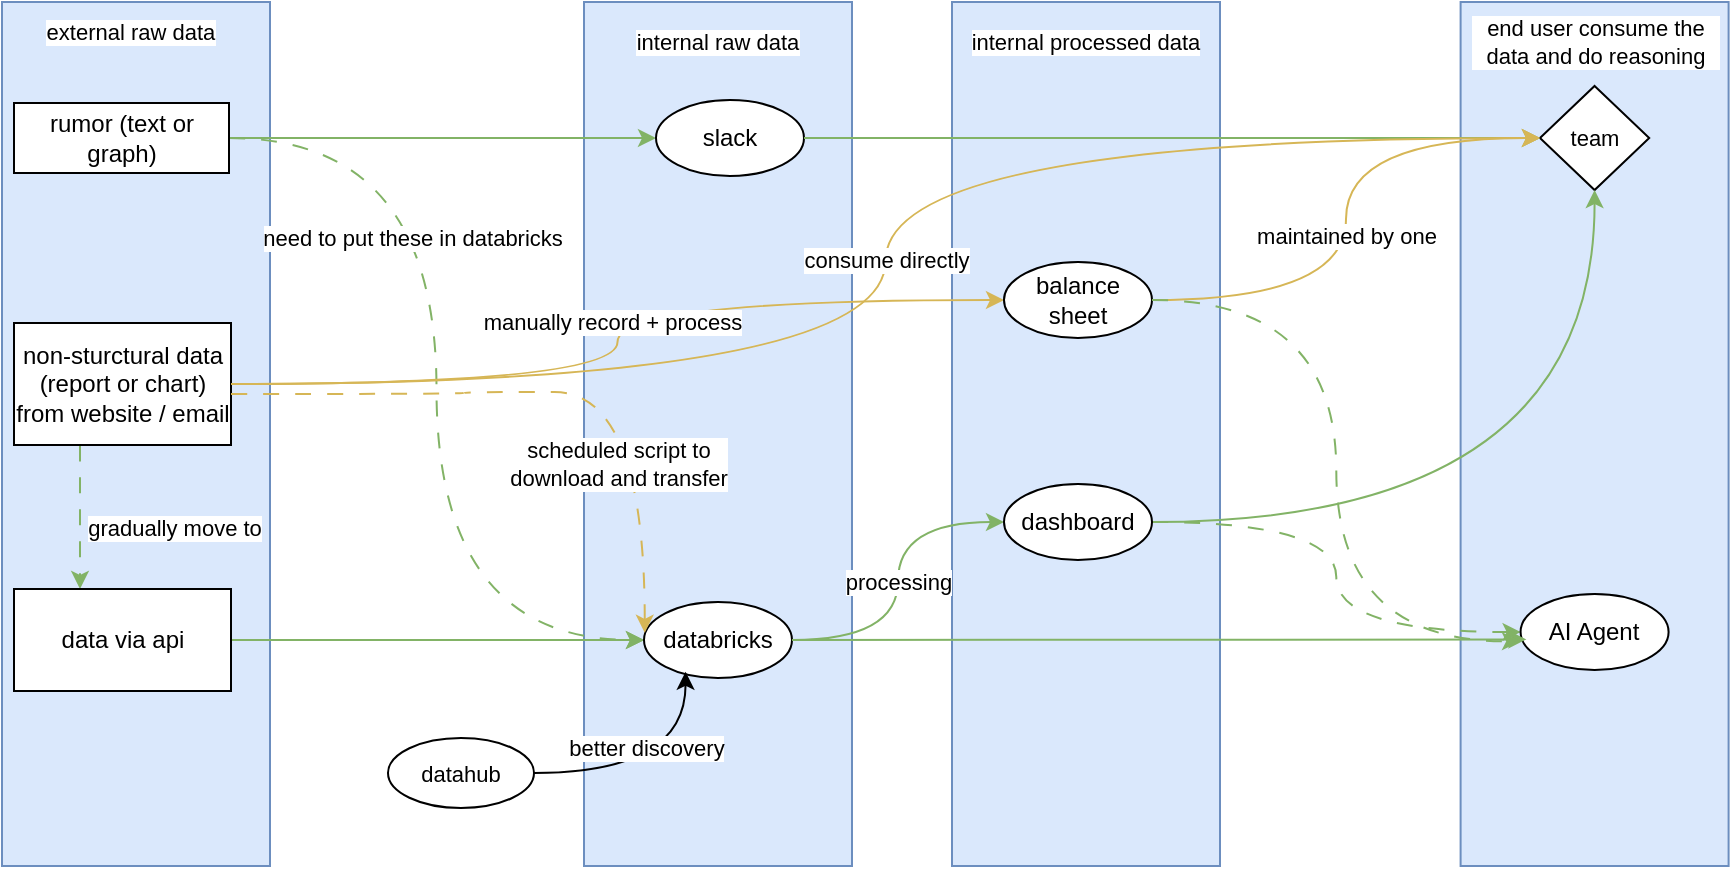
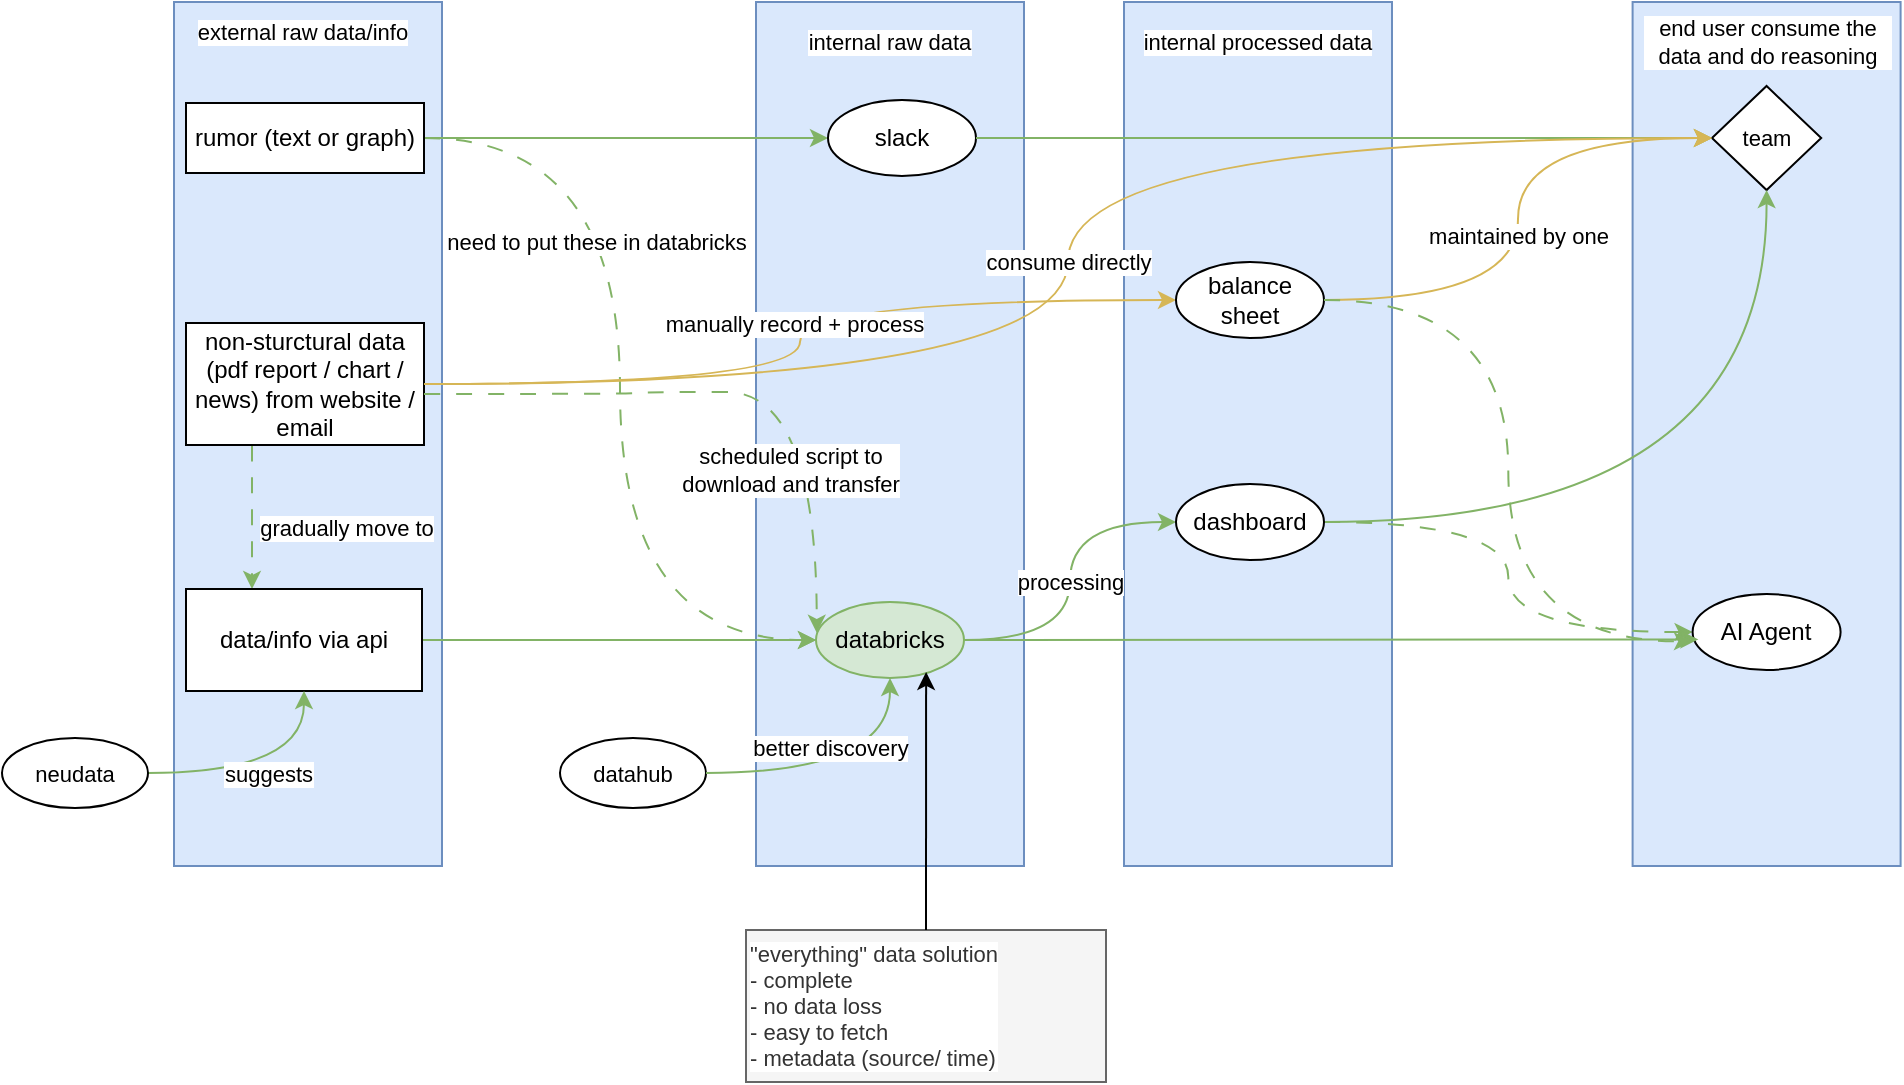
<mxfile host="app.diagrams.net">
  <diagram name="第 1 页" id="-Y137GQ_-Cw5z7RGIrcm">
    <mxGraphModel dx="2024" dy="630" grid="0" gridSize="10" guides="1" tooltips="1" connect="1" arrows="1" fold="1" page="1" pageScale="1" pageWidth="850" pageHeight="1100" math="0" shadow="0">
      <root>
        <mxCell id="0" />
        <mxCell id="1" parent="0" />
        <mxCell id="J9n-yo7wrZcu-b2uscua-51" parent="1" style="rounded=0;whiteSpace=wrap;html=1;fontFamily=Helvetica;fontSize=11;labelBackgroundColor=default;fillColor=#dae8fc;strokeColor=#6c8ebf;" value="" vertex="1">
          <mxGeometry height="432" width="134" x="612.3" y="4" as="geometry" />
        </mxCell>
        <mxCell id="J9n-yo7wrZcu-b2uscua-50" parent="1" style="rounded=0;whiteSpace=wrap;html=1;fontFamily=Helvetica;fontSize=11;labelBackgroundColor=default;fillColor=#dae8fc;strokeColor=#6c8ebf;" value="" vertex="1">
          <mxGeometry height="432" width="134" x="358" y="4" as="geometry" />
        </mxCell>
        <mxCell id="J9n-yo7wrZcu-b2uscua-49" parent="1" style="rounded=0;whiteSpace=wrap;html=1;fontFamily=Helvetica;fontSize=11;labelBackgroundColor=default;fillColor=#dae8fc;strokeColor=#6c8ebf;" value="" vertex="1">
          <mxGeometry height="432" width="134" x="174" y="4" as="geometry" />
        </mxCell>
        <mxCell id="J9n-yo7wrZcu-b2uscua-48" parent="1" style="rounded=0;whiteSpace=wrap;html=1;fontFamily=Helvetica;fontSize=11;labelBackgroundColor=default;fillColor=#dae8fc;strokeColor=#6c8ebf;" value="" vertex="1">
          <mxGeometry height="432" width="134" x="-117" y="4" as="geometry" />
        </mxCell>
        <mxCell id="J9n-yo7wrZcu-b2uscua-7" edge="1" parent="1" source="J9n-yo7wrZcu-b2uscua-2" style="edgeStyle=orthogonalEdgeStyle;rounded=0;orthogonalLoop=1;jettySize=auto;html=1;entryX=0;entryY=0.5;entryDx=0;entryDy=0;curved=1;fillColor=#d5e8d4;strokeColor=#82b366;" target="J9n-yo7wrZcu-b2uscua-6" value="">
          <mxGeometry relative="1" as="geometry" />
        </mxCell>
        <mxCell id="J9n-yo7wrZcu-b2uscua-41" edge="1" parent="1" source="J9n-yo7wrZcu-b2uscua-2" style="edgeStyle=orthogonalEdgeStyle;shape=connector;curved=1;rounded=0;orthogonalLoop=1;jettySize=auto;html=1;entryX=0;entryY=0.5;entryDx=0;entryDy=0;strokeColor=#82b366;align=center;verticalAlign=middle;fontFamily=Helvetica;fontSize=11;fontColor=default;labelBackgroundColor=default;endArrow=classic;fillColor=#d5e8d4;dashed=1;dashPattern=8 8;" target="J9n-yo7wrZcu-b2uscua-19" value="need to put these in databricks">
          <mxGeometry relative="1" x="-0.3301" y="-12" as="geometry">
            <mxPoint as="offset" />
          </mxGeometry>
        </mxCell>
        <mxCell id="J9n-yo7wrZcu-b2uscua-2" parent="1" style="rounded=0;whiteSpace=wrap;html=1;" value="rumor (text or graph)" vertex="1">
-           <mxGeometry height="35" width="107.5" x="-111" y="54.5" as="geometry" />
+           <mxGeometry height="35" width="119" x="-111" y="54.5" as="geometry" />
        </mxCell>
        <mxCell id="J9n-yo7wrZcu-b2uscua-9" edge="1" parent="1" source="J9n-yo7wrZcu-b2uscua-3" style="edgeStyle=orthogonalEdgeStyle;rounded=0;orthogonalLoop=1;jettySize=auto;html=1;curved=1;fillColor=#fff2cc;strokeColor=#d6b656;entryX=0;entryY=0.5;entryDx=0;entryDy=0;" target="J9n-yo7wrZcu-b2uscua-8" value="manually record + process">
          <mxGeometry relative="1" x="0.045" y="3" as="geometry">
            <mxPoint as="offset" />
          </mxGeometry>
        </mxCell>
        <mxCell id="J9n-yo7wrZcu-b2uscua-32" edge="1" parent="1" source="J9n-yo7wrZcu-b2uscua-3" style="edgeStyle=orthogonalEdgeStyle;shape=connector;curved=1;rounded=0;orthogonalLoop=1;jettySize=auto;html=1;strokeColor=#82b366;align=center;verticalAlign=middle;fontFamily=Helvetica;fontSize=11;fontColor=default;labelBackgroundColor=default;endArrow=classic;fillColor=#d5e8d4;dashed=1;dashPattern=8 8;" target="J9n-yo7wrZcu-b2uscua-5" value="gradually move to">
          <mxGeometry relative="1" x="0.1389" y="47" as="geometry">
            <mxPoint as="offset" />
            <Array as="points">
              <mxPoint x="-78" y="264.5" />
              <mxPoint x="-78" y="264.5" />
            </Array>
          </mxGeometry>
        </mxCell>
-         <mxCell id="J9n-yo7wrZcu-b2uscua-3" parent="1" style="rounded=0;whiteSpace=wrap;html=1;" value="non-sturctural data (report or chart) from website / email" vertex="1">
-           <mxGeometry height="61" width="108.5" x="-111" y="164.5" as="geometry" />
+         <mxCell id="J9n-yo7wrZcu-b2uscua-3" parent="1" style="rounded=0;whiteSpace=wrap;html=1;" value="non-sturctural data (pdf report / chart / news) from website / email" vertex="1">
+           <mxGeometry height="61" width="119" x="-111" y="164.5" as="geometry" />
        </mxCell>
        <mxCell id="J9n-yo7wrZcu-b2uscua-20" edge="1" parent="1" source="J9n-yo7wrZcu-b2uscua-5" style="edgeStyle=orthogonalEdgeStyle;shape=connector;curved=1;rounded=0;orthogonalLoop=1;jettySize=auto;html=1;entryX=0;entryY=0.5;entryDx=0;entryDy=0;strokeColor=#82b366;align=center;verticalAlign=middle;fontFamily=Helvetica;fontSize=11;fontColor=default;labelBackgroundColor=default;endArrow=classic;fillColor=#d5e8d4;" target="J9n-yo7wrZcu-b2uscua-19">
          <mxGeometry relative="1" as="geometry" />
        </mxCell>
-         <mxCell id="J9n-yo7wrZcu-b2uscua-5" parent="1" style="rounded=0;whiteSpace=wrap;html=1;" value="data via api" vertex="1">
-           <mxGeometry height="51" width="108.5" x="-111" y="297.5" as="geometry" />
+         <mxCell id="J9n-yo7wrZcu-b2uscua-5" parent="1" style="rounded=0;whiteSpace=wrap;html=1;" value="data/info via api" vertex="1">
+           <mxGeometry height="51" width="118" x="-111" y="297.5" as="geometry" />
        </mxCell>
        <mxCell id="J9n-yo7wrZcu-b2uscua-6" parent="1" style="ellipse;whiteSpace=wrap;html=1;" value="slack" vertex="1">
          <mxGeometry height="38" width="74" x="210" y="53" as="geometry" />
        </mxCell>
        <mxCell id="J9n-yo7wrZcu-b2uscua-8" parent="1" style="ellipse;whiteSpace=wrap;html=1;" value="balance sheet" vertex="1">
          <mxGeometry height="38" width="74" x="384" y="134" as="geometry" />
        </mxCell>
        <mxCell id="J9n-yo7wrZcu-b2uscua-16" parent="1" style="rhombus;whiteSpace=wrap;html=1;fontFamily=Helvetica;fontSize=11;fontColor=default;labelBackgroundColor=default;" value="team" vertex="1">
          <mxGeometry height="52" width="54.6" x="652" y="46" as="geometry" />
        </mxCell>
        <mxCell id="J9n-yo7wrZcu-b2uscua-17" edge="1" parent="1" source="J9n-yo7wrZcu-b2uscua-6" style="edgeStyle=orthogonalEdgeStyle;shape=connector;curved=1;rounded=0;orthogonalLoop=1;jettySize=auto;html=1;strokeColor=#82b366;align=center;verticalAlign=middle;fontFamily=Helvetica;fontSize=11;fontColor=default;labelBackgroundColor=default;endArrow=classic;entryX=0;entryY=0.5;entryDx=0;entryDy=0;fillColor=#d5e8d4;" target="J9n-yo7wrZcu-b2uscua-16">
          <mxGeometry relative="1" as="geometry">
            <mxPoint x="323" y="73" as="targetPoint" />
          </mxGeometry>
        </mxCell>
        <mxCell id="J9n-yo7wrZcu-b2uscua-33" edge="1" parent="1" source="J9n-yo7wrZcu-b2uscua-19" style="edgeStyle=orthogonalEdgeStyle;shape=connector;curved=1;rounded=0;orthogonalLoop=1;jettySize=auto;html=1;entryX=0;entryY=0.5;entryDx=0;entryDy=0;strokeColor=#82b366;align=center;verticalAlign=middle;fontFamily=Helvetica;fontSize=11;fontColor=default;labelBackgroundColor=default;endArrow=classic;fillColor=#d5e8d4;" target="J9n-yo7wrZcu-b2uscua-26" value="processing">
          <mxGeometry relative="1" as="geometry" />
        </mxCell>
-         <mxCell id="J9n-yo7wrZcu-b2uscua-19" parent="1" style="ellipse;whiteSpace=wrap;html=1;" value="databricks" vertex="1">
+         <mxCell id="J9n-yo7wrZcu-b2uscua-19" parent="1" style="ellipse;whiteSpace=wrap;html=1;fillColor=#d5e8d4;strokeColor=#82b366;" value="databricks" vertex="1">
          <mxGeometry height="38" width="74" x="204" y="304" as="geometry" />
        </mxCell>
        <mxCell id="J9n-yo7wrZcu-b2uscua-34" edge="1" parent="1" source="J9n-yo7wrZcu-b2uscua-26" style="edgeStyle=orthogonalEdgeStyle;shape=connector;curved=1;rounded=0;orthogonalLoop=1;jettySize=auto;html=1;strokeColor=#82b366;align=center;verticalAlign=middle;fontFamily=Helvetica;fontSize=11;fontColor=default;labelBackgroundColor=default;endArrow=classic;fillColor=#d5e8d4;" target="J9n-yo7wrZcu-b2uscua-16">
          <mxGeometry relative="1" as="geometry" />
        </mxCell>
        <mxCell id="J9n-yo7wrZcu-b2uscua-45" edge="1" parent="1" source="J9n-yo7wrZcu-b2uscua-26" style="edgeStyle=orthogonalEdgeStyle;shape=connector;curved=1;rounded=0;orthogonalLoop=1;jettySize=auto;html=1;entryX=0;entryY=0.5;entryDx=0;entryDy=0;strokeColor=#82b366;align=center;verticalAlign=middle;fontFamily=Helvetica;fontSize=11;fontColor=default;labelBackgroundColor=default;endArrow=classic;dashed=1;dashPattern=8 8;fillColor=#d5e8d4;" target="J9n-yo7wrZcu-b2uscua-39">
          <mxGeometry relative="1" as="geometry" />
        </mxCell>
        <mxCell id="J9n-yo7wrZcu-b2uscua-26" parent="1" style="ellipse;whiteSpace=wrap;html=1;" value="dashboard" vertex="1">
          <mxGeometry height="38" width="74" x="384" y="245" as="geometry" />
        </mxCell>
-         <mxCell id="J9n-yo7wrZcu-b2uscua-29" edge="1" parent="1" source="J9n-yo7wrZcu-b2uscua-3" style="edgeStyle=orthogonalEdgeStyle;shape=connector;curved=1;rounded=0;orthogonalLoop=1;jettySize=auto;html=1;entryX=0.005;entryY=0.405;entryDx=0;entryDy=0;entryPerimeter=0;strokeColor=#d6b656;align=center;verticalAlign=middle;fontFamily=Helvetica;fontSize=11;fontColor=default;labelBackgroundColor=default;endArrow=classic;dashed=1;dashPattern=8 8;fillColor=#fff2cc;" target="J9n-yo7wrZcu-b2uscua-19" value="scheduled script to &lt;br&gt;download and transfer">
+         <mxCell id="J9n-yo7wrZcu-b2uscua-29" edge="1" parent="1" source="J9n-yo7wrZcu-b2uscua-3" style="edgeStyle=orthogonalEdgeStyle;shape=connector;curved=1;rounded=0;orthogonalLoop=1;jettySize=auto;html=1;entryX=0.005;entryY=0.405;entryDx=0;entryDy=0;entryPerimeter=0;strokeColor=#82b366;align=center;verticalAlign=middle;fontFamily=Helvetica;fontSize=11;fontColor=default;labelBackgroundColor=default;endArrow=classic;dashed=1;dashPattern=8 8;fillColor=#d5e8d4;" target="J9n-yo7wrZcu-b2uscua-19" value="scheduled script to &lt;br&gt;download and transfer">
          <mxGeometry relative="1" x="0.4864" y="-13" as="geometry">
            <mxPoint as="offset" />
            <Array as="points">
              <mxPoint x="114" y="200" />
              <mxPoint x="114" y="199" />
              <mxPoint x="204" y="199" />
            </Array>
          </mxGeometry>
        </mxCell>
        <mxCell id="J9n-yo7wrZcu-b2uscua-30" edge="1" parent="1" source="J9n-yo7wrZcu-b2uscua-8" style="edgeStyle=orthogonalEdgeStyle;shape=connector;curved=1;rounded=0;orthogonalLoop=1;jettySize=auto;html=1;entryX=0;entryY=0.5;entryDx=0;entryDy=0;strokeColor=#d6b656;align=center;verticalAlign=middle;fontFamily=Helvetica;fontSize=11;fontColor=default;labelBackgroundColor=default;endArrow=classic;fillColor=#fff2cc;" target="J9n-yo7wrZcu-b2uscua-16" value="maintained by one">
          <mxGeometry relative="1" x="-0.0608" as="geometry">
            <mxPoint as="offset" />
          </mxGeometry>
        </mxCell>
-         <mxCell id="J9n-yo7wrZcu-b2uscua-36" parent="1" style="text;html=1;whiteSpace=wrap;strokeColor=none;fillColor=none;align=center;verticalAlign=middle;rounded=0;fontFamily=Helvetica;fontSize=11;fontColor=default;labelBackgroundColor=default;" value="external raw data" vertex="1">
+         <mxCell id="J9n-yo7wrZcu-b2uscua-36" parent="1" style="text;html=1;whiteSpace=wrap;strokeColor=none;fillColor=none;align=center;verticalAlign=middle;rounded=0;fontFamily=Helvetica;fontSize=11;fontColor=default;labelBackgroundColor=default;" value="external raw data/info" vertex="1">
          <mxGeometry height="30" width="125" x="-115" y="4" as="geometry" />
        </mxCell>
        <mxCell id="J9n-yo7wrZcu-b2uscua-37" parent="1" style="text;html=1;whiteSpace=wrap;strokeColor=none;fillColor=none;align=center;verticalAlign=middle;rounded=0;fontFamily=Helvetica;fontSize=11;fontColor=default;labelBackgroundColor=default;" value="internal raw data" vertex="1">
          <mxGeometry height="30" width="125.5" x="178.25" y="9" as="geometry" />
        </mxCell>
        <mxCell id="J9n-yo7wrZcu-b2uscua-39" parent="1" style="ellipse;whiteSpace=wrap;html=1;" value="AI Agent" vertex="1">
          <mxGeometry height="38" width="74" x="642.3" y="300" as="geometry" />
        </mxCell>
        <mxCell id="J9n-yo7wrZcu-b2uscua-40" edge="1" parent="1" source="J9n-yo7wrZcu-b2uscua-19" style="edgeStyle=orthogonalEdgeStyle;shape=connector;curved=1;rounded=0;orthogonalLoop=1;jettySize=auto;html=1;entryX=0.039;entryY=0.598;entryDx=0;entryDy=0;entryPerimeter=0;strokeColor=#82b366;align=center;verticalAlign=middle;fontFamily=Helvetica;fontSize=11;fontColor=default;labelBackgroundColor=default;endArrow=classic;fillColor=#d5e8d4;" target="J9n-yo7wrZcu-b2uscua-39">
          <mxGeometry relative="1" as="geometry" />
        </mxCell>
        <mxCell id="J9n-yo7wrZcu-b2uscua-42" parent="1" style="text;html=1;whiteSpace=wrap;strokeColor=none;fillColor=none;align=center;verticalAlign=middle;rounded=0;fontFamily=Helvetica;fontSize=11;fontColor=default;labelBackgroundColor=default;" value="internal processed data" vertex="1">
          <mxGeometry height="30" width="125.5" x="362" y="9" as="geometry" />
        </mxCell>
        <mxCell id="J9n-yo7wrZcu-b2uscua-43" parent="1" style="ellipse;whiteSpace=wrap;html=1;fontFamily=Helvetica;fontSize=11;fontColor=default;labelBackgroundColor=default;" value="datahub" vertex="1">
          <mxGeometry height="35" width="73" x="76" y="372" as="geometry" />
        </mxCell>
-         <mxCell id="J9n-yo7wrZcu-b2uscua-44" edge="1" parent="1" source="J9n-yo7wrZcu-b2uscua-43" style="edgeStyle=orthogonalEdgeStyle;shape=connector;curved=1;rounded=0;orthogonalLoop=1;jettySize=auto;html=1;entryX=0.281;entryY=0.918;entryDx=0;entryDy=0;entryPerimeter=0;strokeColor=default;align=center;verticalAlign=middle;fontFamily=Helvetica;fontSize=11;fontColor=default;labelBackgroundColor=default;endArrow=classic;" target="J9n-yo7wrZcu-b2uscua-19" value="better discovery">
+         <mxCell id="J9n-yo7wrZcu-b2uscua-44" edge="1" parent="1" source="J9n-yo7wrZcu-b2uscua-43" style="edgeStyle=orthogonalEdgeStyle;shape=connector;curved=1;rounded=0;orthogonalLoop=1;jettySize=auto;html=1;entryX=0.5;entryY=1;entryDx=0;entryDy=0;strokeColor=#82b366;align=center;verticalAlign=middle;fontFamily=Helvetica;fontSize=11;fontColor=default;labelBackgroundColor=default;endArrow=classic;fillColor=#d5e8d4;" target="J9n-yo7wrZcu-b2uscua-19" value="better discovery">
          <mxGeometry relative="1" x="-0.1126" y="13" as="geometry">
            <mxPoint as="offset" />
          </mxGeometry>
        </mxCell>
        <mxCell id="J9n-yo7wrZcu-b2uscua-46" edge="1" parent="1" source="J9n-yo7wrZcu-b2uscua-8" style="edgeStyle=orthogonalEdgeStyle;shape=connector;curved=1;rounded=0;orthogonalLoop=1;jettySize=auto;html=1;entryX=-0.004;entryY=0.623;entryDx=0;entryDy=0;entryPerimeter=0;strokeColor=#82b366;align=center;verticalAlign=middle;fontFamily=Helvetica;fontSize=11;fontColor=default;labelBackgroundColor=default;endArrow=classic;fillColor=#d5e8d4;dashed=1;dashPattern=8 8;" target="J9n-yo7wrZcu-b2uscua-39">
          <mxGeometry relative="1" as="geometry" />
        </mxCell>
        <mxCell id="J9n-yo7wrZcu-b2uscua-47" parent="1" style="text;html=1;whiteSpace=wrap;strokeColor=none;fillColor=none;align=center;verticalAlign=middle;rounded=0;fontFamily=Helvetica;fontSize=11;fontColor=default;labelBackgroundColor=default;" value="end user consume the data and do reasoning" vertex="1">
          <mxGeometry height="30" width="125.5" x="616.55" y="9" as="geometry" />
        </mxCell>
        <mxCell id="J9n-yo7wrZcu-b2uscua-52" edge="1" parent="1" source="J9n-yo7wrZcu-b2uscua-3" style="edgeStyle=orthogonalEdgeStyle;shape=connector;curved=1;rounded=0;orthogonalLoop=1;jettySize=auto;html=1;entryX=0;entryY=0.5;entryDx=0;entryDy=0;strokeColor=#d6b656;align=center;verticalAlign=middle;fontFamily=Helvetica;fontSize=11;fontColor=default;labelBackgroundColor=default;endArrow=classic;fillColor=#fff2cc;" target="J9n-yo7wrZcu-b2uscua-16" value="consume directly">
          <mxGeometry relative="1" as="geometry" />
        </mxCell>
+         <mxCell id="J9n-yo7wrZcu-b2uscua-55" edge="1" parent="1" source="J9n-yo7wrZcu-b2uscua-54" style="edgeStyle=orthogonalEdgeStyle;shape=connector;curved=1;rounded=0;orthogonalLoop=1;jettySize=auto;html=1;strokeColor=#82b366;align=center;verticalAlign=middle;fontFamily=Helvetica;fontSize=11;fontColor=default;labelBackgroundColor=default;endArrow=classic;fillColor=#d5e8d4;" target="J9n-yo7wrZcu-b2uscua-5" value="suggests">
+           <mxGeometry relative="1" as="geometry" />
+         </mxCell>
+         <mxCell id="J9n-yo7wrZcu-b2uscua-54" parent="1" style="ellipse;whiteSpace=wrap;html=1;fontFamily=Helvetica;fontSize=11;fontColor=default;labelBackgroundColor=default;" value="neudata" vertex="1">
+           <mxGeometry height="35" width="73" x="-203" y="372" as="geometry" />
+         </mxCell>
+         <mxCell id="J9n-yo7wrZcu-b2uscua-56" parent="1" style="text;html=1;whiteSpace=wrap;strokeColor=#666666;fillColor=#f5f5f5;align=left;verticalAlign=middle;rounded=0;fontFamily=Helvetica;fontSize=11;fontColor=#333333;labelBackgroundColor=default;" value="&quot;everything&quot; data solution&lt;br&gt;- complete&lt;div&gt;- no data loss&lt;br&gt;&lt;div&gt;- easy to fetch&lt;/div&gt;&lt;/div&gt;&lt;div style=&quot;&quot;&gt;- metadata (source/ time)&lt;/div&gt;" vertex="1">
+           <mxGeometry height="76" width="180" x="169" y="468" as="geometry" />
+         </mxCell>
+         <mxCell id="J9n-yo7wrZcu-b2uscua-57" edge="1" parent="1" source="J9n-yo7wrZcu-b2uscua-56" style="edgeStyle=orthogonalEdgeStyle;shape=connector;curved=1;rounded=0;orthogonalLoop=1;jettySize=auto;html=1;entryX=0.744;entryY=0.92;entryDx=0;entryDy=0;entryPerimeter=0;strokeColor=default;align=center;verticalAlign=middle;fontFamily=Helvetica;fontSize=11;fontColor=default;labelBackgroundColor=default;endArrow=classic;" target="J9n-yo7wrZcu-b2uscua-19">
+           <mxGeometry relative="1" as="geometry" />
+         </mxCell>
      </root>
    </mxGraphModel>
  </diagram>
</mxfile>
